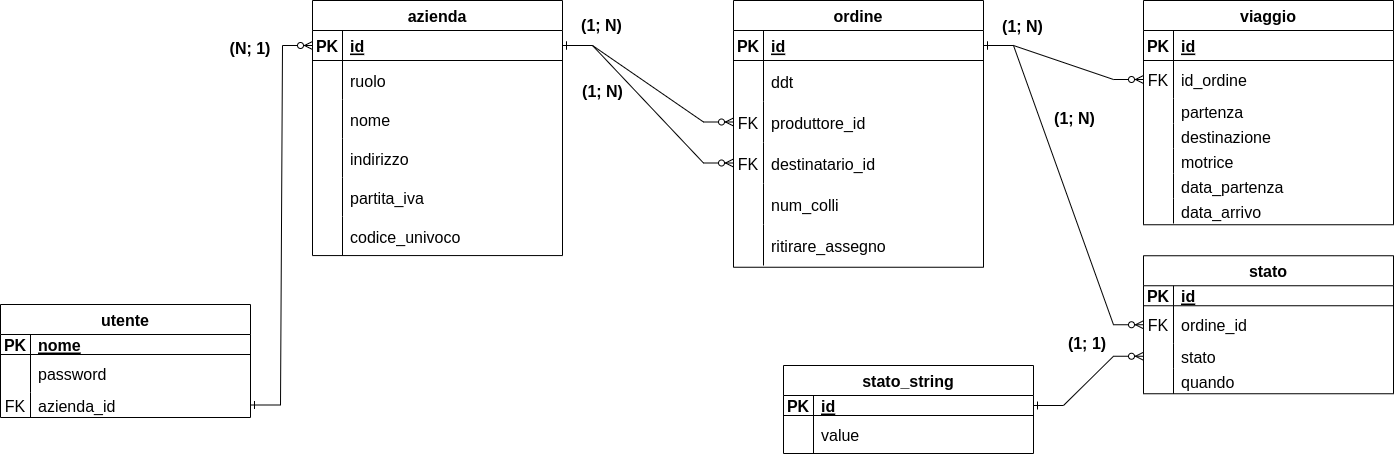
The draw.io diagram doc/08-11/struttura.png in gSpera/progetto-basi, before a commit. Source tidied: cells renumbered, new cells last; positions are measured from the earlier drawing's top-left corner, leaving out a move shared by most shapes.
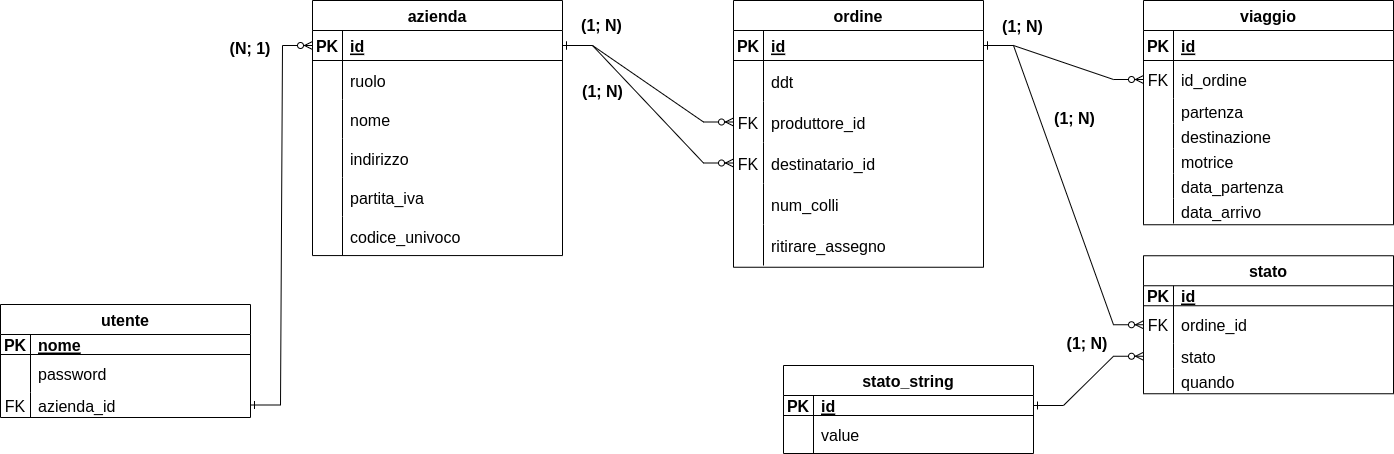
The same file after the commit.

The edit, as a diff of the source:
```diff
@@ -305,7 +305,7 @@
     <mxCell id="102" value="&lt;b&gt;(1; N)&lt;/b&gt;" style="text;html=1;align=center;verticalAlign=middle;fillColor=none;strokeColor=none;rounded=0;fontSize=16;" parent="1" vertex="1">
       <mxGeometry x="1045" y="103" width="59" height="31" as="geometry" />
     </mxCell>
-    <mxCell id="103" value="&lt;b&gt;(1; 1)&lt;/b&gt;" style="text;strokeColor=none;fillColor=none;html=1;align=center;verticalAlign=middle;whiteSpace=wrap;rounded=0;fontSize=16;" parent="1" vertex="1">
+    <mxCell id="103" value="&lt;b&gt;(1; N)&lt;/b&gt;" style="text;strokeColor=none;fillColor=none;html=1;align=center;verticalAlign=middle;whiteSpace=wrap;rounded=0;fontSize=16;" parent="1" vertex="1">
       <mxGeometry x="1057" y="328" width="60" height="30" as="geometry" />
     </mxCell>
   </root>
```
